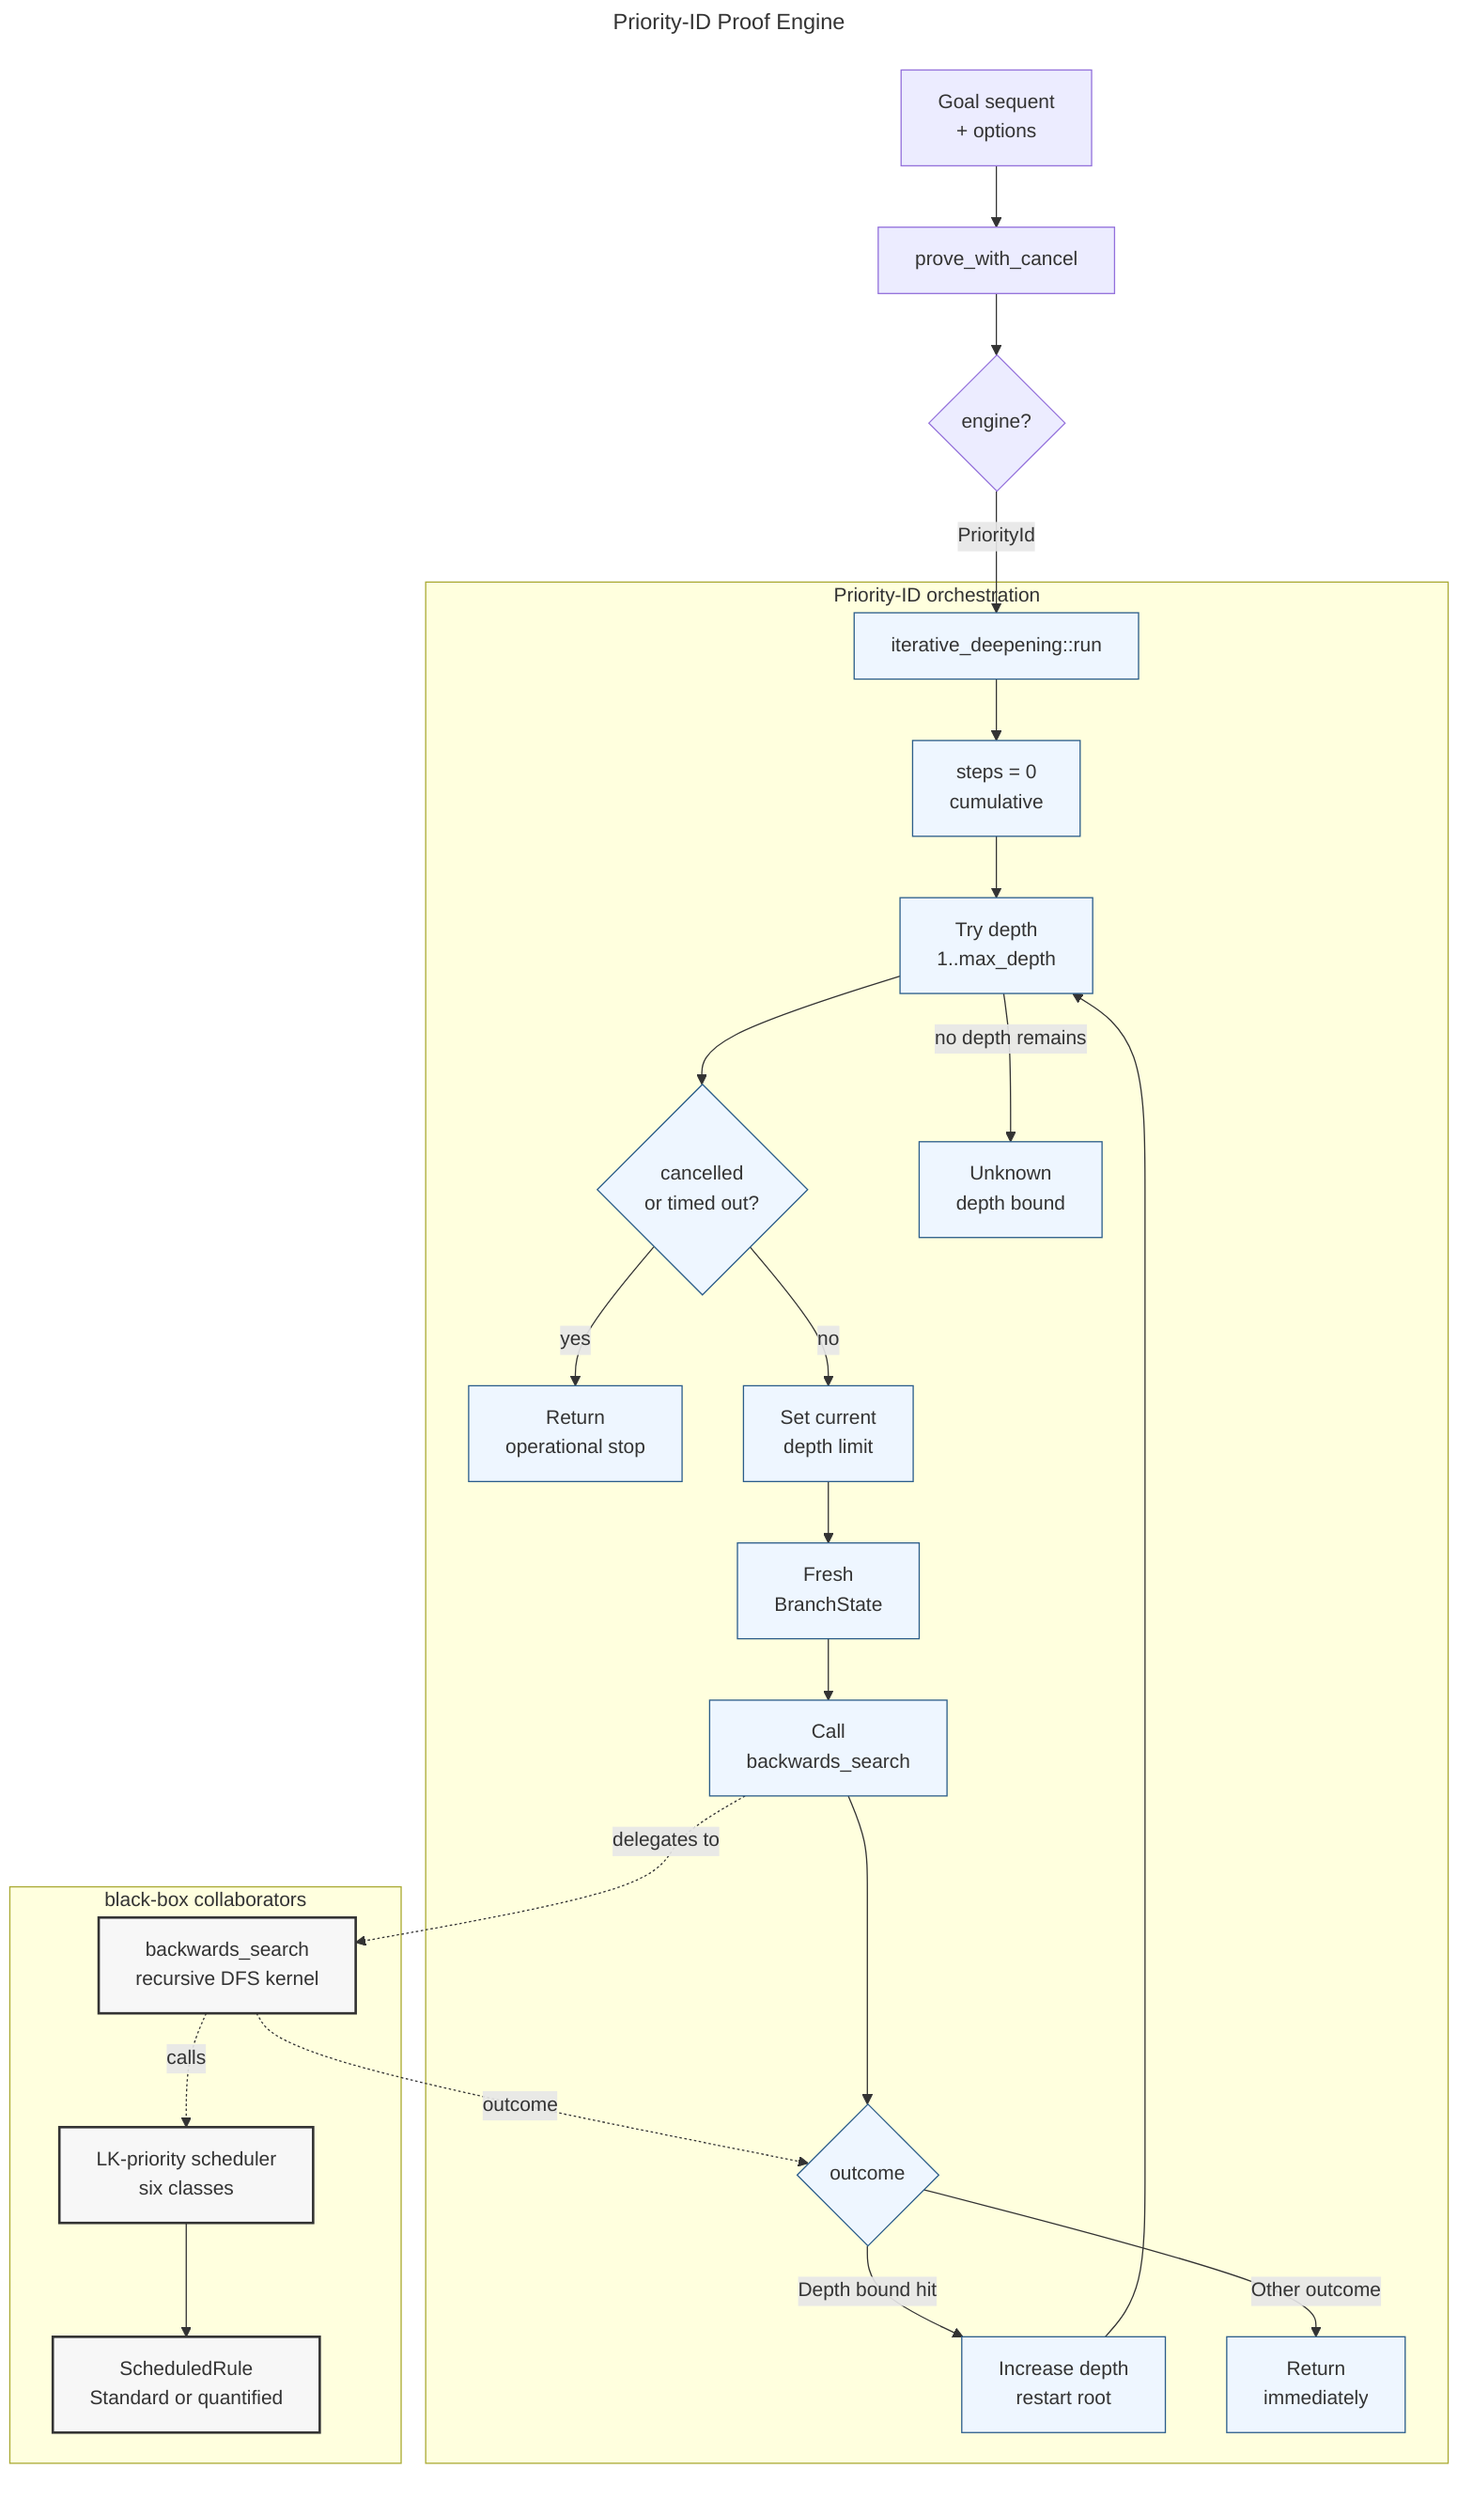
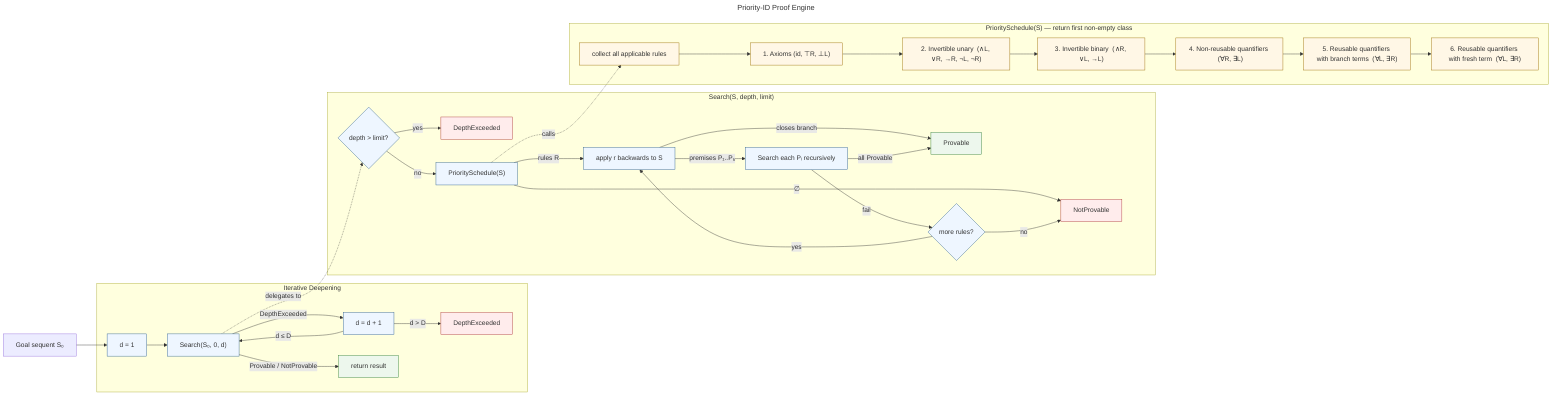
---
title: Priority-ID Proof Engine
---
- flowchart TD
-     A["Goal sequent<br/>+ options"] --> B["prove_with_cancel"]
-     B --> C{"engine?"}
-     C -->|PriorityId| D["iterative_deepening::run"]
+ flowchart LR
+     IN["Goal sequent S₀"] --> ID_START

-     subgraph ID["Priority-ID orchestration"]
-         D --> E["steps = 0<br/>cumulative"]
-         E --> F["Try depth<br/>1..max_depth"]
-         F --> G{"cancelled<br/>or timed out?"}
-         G -->|yes| H["Return<br/>operational stop"]
-         G -->|no| I["Set current<br/>depth limit"]
-         I --> J["Fresh<br/>BranchState"]
-         J --> K["Call<br/>backwards_search"]
-         K --> L{"outcome"}
-         L -->|Depth bound hit| M["Increase depth<br/>restart root"]
-         M --> F
-         L -->|Other outcome| N["Return<br/>immediately"]
-         F -->|no depth remains| O["Unknown<br/>depth bound"]
+     subgraph ID["Iterative Deepening"]
+         ID_START["d = 1"] --> CALL["Search(S₀, 0, d)"]
+         CALL -->|DepthExceeded| NEXT["d = d + 1"]
+         NEXT -->|d ≤ D| CALL
+         NEXT -->|d > D| OUT2["DepthExceeded"]
+         CALL -->|Provable / NotProvable| OUT1["return result"]
    end

-     subgraph BS["black-box collaborators"]
-         B1["backwards_search<br/>recursive DFS kernel"]
-         B2["LK-priority scheduler<br/>six classes"]
-         B3["ScheduledRule<br/>Standard or quantified"]
-         B2 --> B3
-         B1 -. calls .-> B2
+     subgraph SR["Search(S, depth, limit)"]
+         SA{"depth > limit?"} -->|yes| SB["DepthExceeded"]
+         SA -->|no| SC["PrioritySchedule(S)"]
+         SC -->|∅| SD["NotProvable"]
+         SC -->|rules R| SE["apply r backwards to S"]
+         SE -->|closes branch| SF["Provable"]
+         SE -->|premises P₁..Pₖ| SG["Search each Pᵢ recursively"]
+         SG -->|all Provable| SF
+         SG -->|fail| SH{"more rules?"}
+         SH -->|yes| SE
+         SH -->|no| SD
    end

-     K -. delegates to .-> B1
-     B1 -. outcome .-> L
+     CALL -. delegates to .-> SA
+     SC -. calls .-> PS_START

-     classDef engine fill:#eef6ff,stroke:#2b5d8a,stroke-width:1px;
-     classDef kernel fill:#f7f7f7,stroke:#333,stroke-width:2px;
-     class D,E,F,G,H,I,J,K,L,M,N,O engine;
-     class B1,B2,B3 kernel;
+     subgraph PS["PrioritySchedule(S) — return first non-empty class"]
+         PS_START["collect all applicable rules"]
+         P1["1. Axioms  (id, ⊤R, ⊥L)"]
+         P2["2. Invertible unary  (∧L, ∨R, →R, ¬L, ¬R)"]
+         P3["3. Invertible binary  (∧R, ∨L, →L)"]
+         P4["4. Non-reusable quantifiers  (∀R, ∃L)"]
+         P5["5. Reusable quantifiers with branch terms  (∀L, ∃R)"]
+         P6["6. Reusable quantifiers with fresh term  (∀L, ∃R)"]
+         PS_START --> P1 --> P2 --> P3 --> P4 --> P5 --> P6
+     end
+ 
+     classDef result fill:#edf7ed,stroke:#2f7d32,stroke-width:1px;
+     classDef stop fill:#ffecec,stroke:#a33,stroke-width:1px;
+     classDef sched fill:#fff7e6,stroke:#9a6b00,stroke-width:1px;
+     classDef work fill:#eef6ff,stroke:#2b5d8a,stroke-width:1px;
+ 
+     class SF,OUT1 result;
+     class SB,SD,OUT2 stop;
+     class P1,P2,P3,P4,P5,P6,PS_START sched;
+     class SA,SC,SE,SG,SH,ID_START,CALL,NEXT work;
